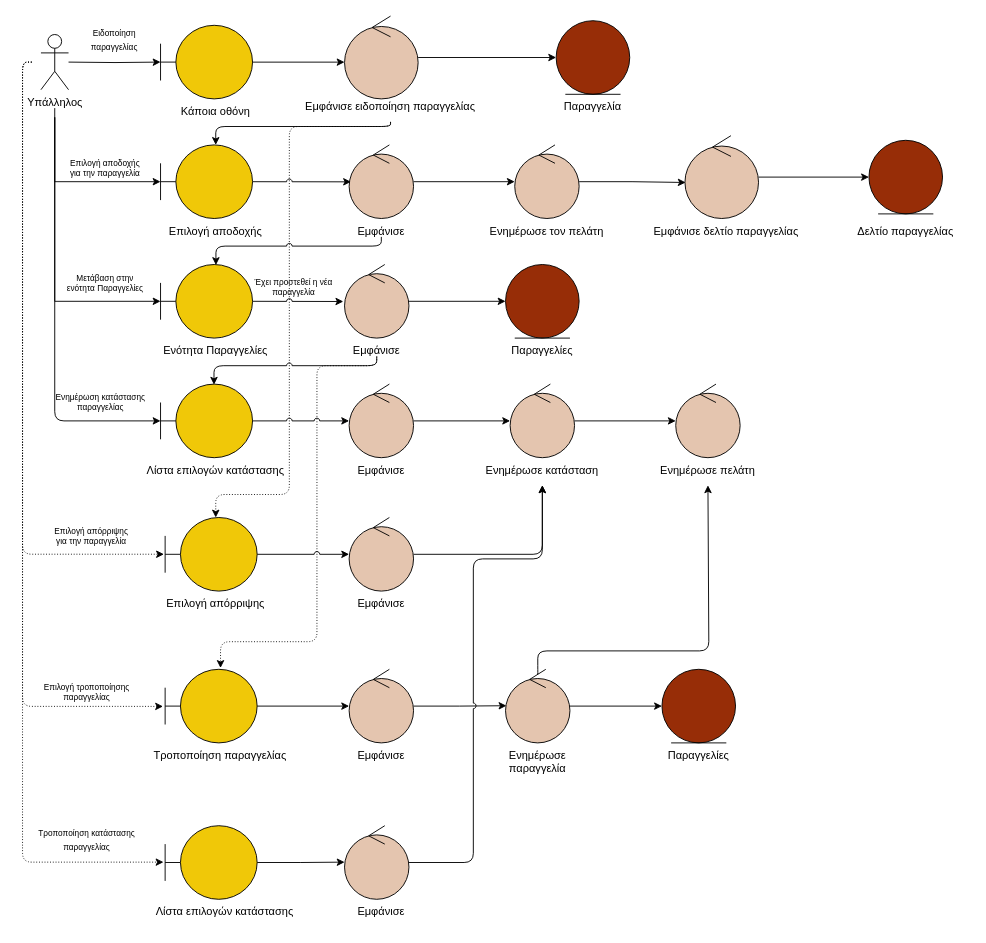
The draw.io diagram docs/contributions/Kout-ou/Phase 3/Shop Robustness Diagrams/Robustness drawio files/usecase2.drawio in iloudaros/nomnomr, before the edit. Source tidied: cells renumbered, new cells numbered last; positions are measured from the earlier drawing's top-left corner, leaving out a move shared by most shapes. Both pictures are drawn from the tidied source at 92%, with x=0, y=0 at pixel (22, 16).
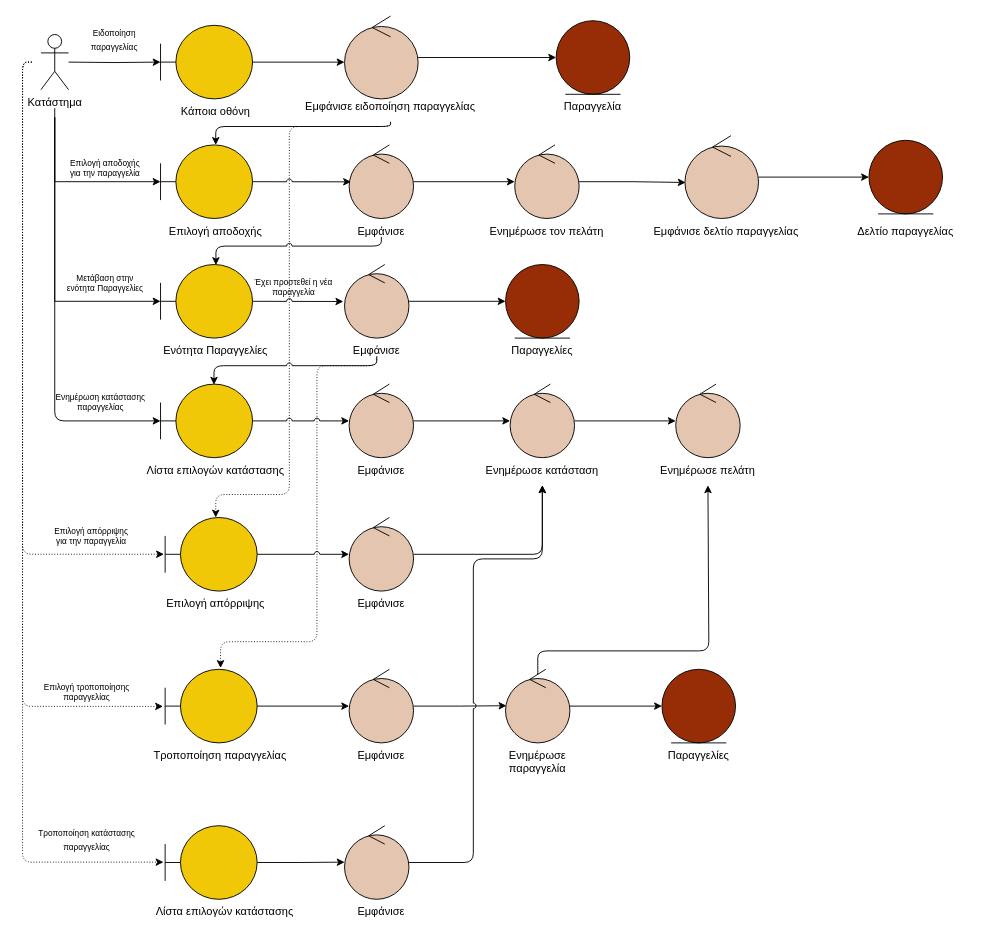
The same diagram, later.

Commit message:
Name Changes in Shop Robustness Diagram

Diff of the diagram source:
```diff
@@
-    <mxCell id="9" value="Υπάλληλος" style="shape=umlActor;verticalLabelPosition=bottom;verticalAlign=top;html=1;" parent="1" vertex="1">
+    <mxCell id="9" value="Κατάστημα" style="shape=umlActor;verticalLabelPosition=bottom;verticalAlign=top;html=1;" parent="1" vertex="1">
       <mxGeometry x="20" y="20" width="30" height="60" as="geometry" />
     </mxCell>
```
